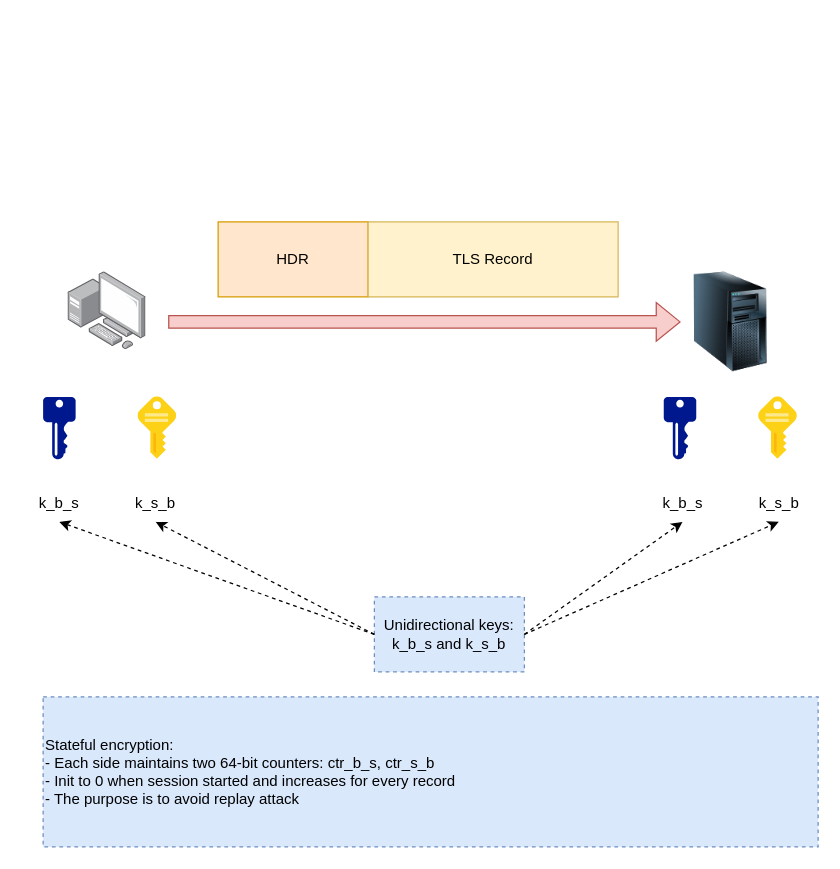
da0p/diagram-notes keeps this draw.io diagram as tls_1_2.drawio. Above is the earlier version. Source tidied: cells renumbered, new cells numbered last; positions are measured from the earlier drawing's top-left corner, leaving out a move shared by most shapes. Both pictures are drawn from the tidied source at 125%, with x=0, y=0 at pixel (21, 221).
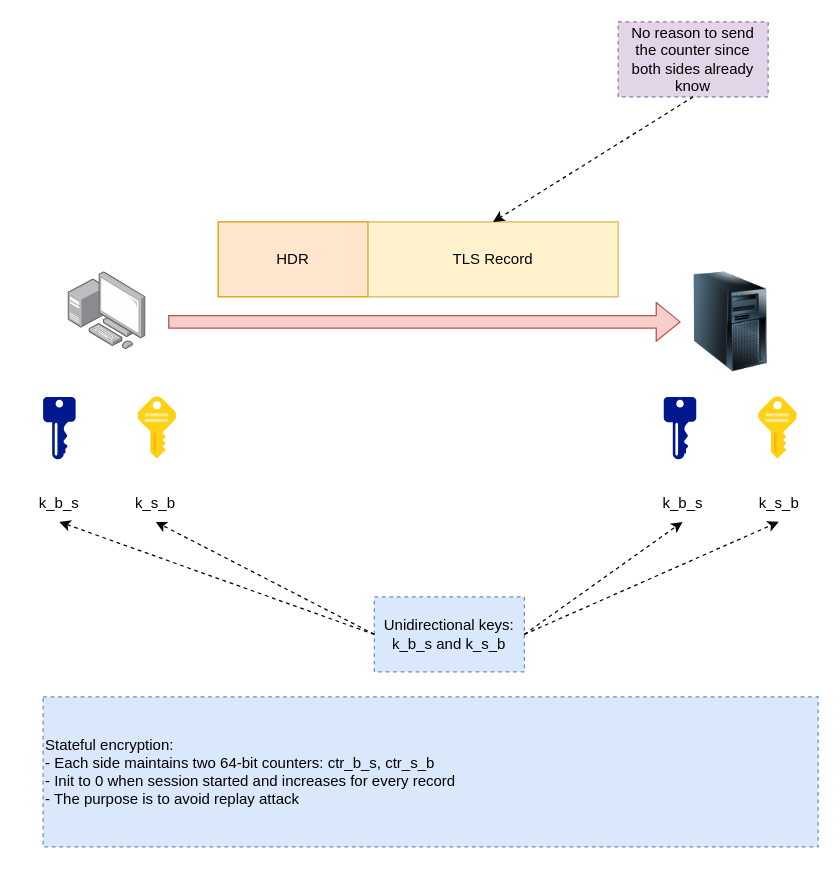
The same page after the edit.

The change refers to these unchanged cells:
```xml
<mxCell id="6" value="TLS Record" style="rounded=0;whiteSpace=wrap;html=1;fillColor=#fff2cc;strokeColor=#d6b656;" parent="1" vertex="1">
  <mxGeometry x="277" width="200" height="60" as="geometry" />
</mxCell>
```

What changed in the source:
```diff
@@
+    <mxCell id="21" value="No reason to send the counter since both sides already know" style="rounded=0;whiteSpace=wrap;html=1;dashed=1;fillColor=#e1d5e7;strokeColor=#9673a6;" parent="1" vertex="1">
+      <mxGeometry x="477" y="-160" width="120" height="60" as="geometry" />
+    </mxCell>
+    <mxCell id="22" style="endArrow=classic;html=1;rounded=0;entryX=0.5;entryY=0;entryDx=0;entryDy=0;exitX=0.5;exitY=1;exitDx=0;exitDy=0;dashed=1;" parent="1" edge="1" source="21" target="6">
+      <mxGeometry relative="1" as="geometry" />
+    </mxCell>
```
